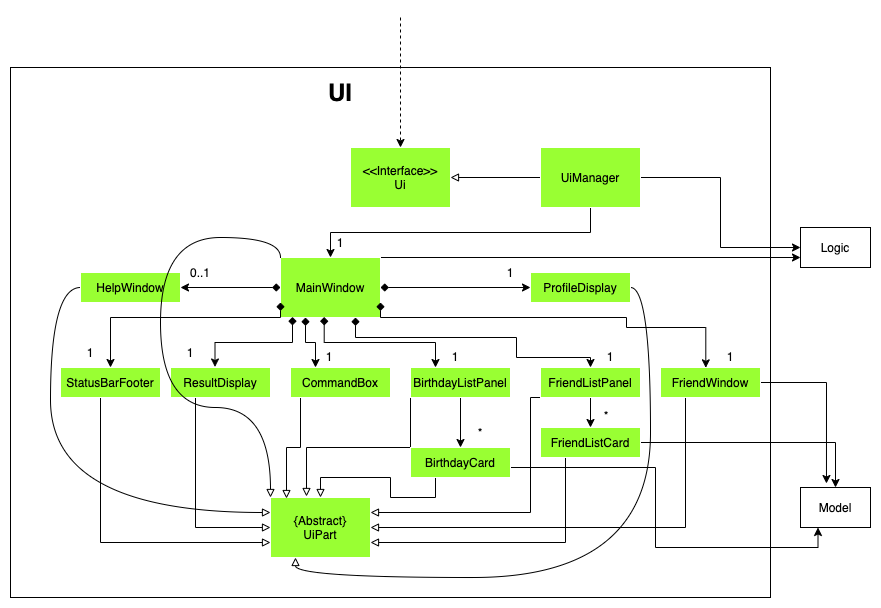
Earlier version of the draw.io export docs/images/UiClassDiagram.png (xnajasho/tp). Source tidied: cells renumbered, new cells last; positions are measured from the earlier drawing's top-left corner, leaving out a move shared by most shapes.
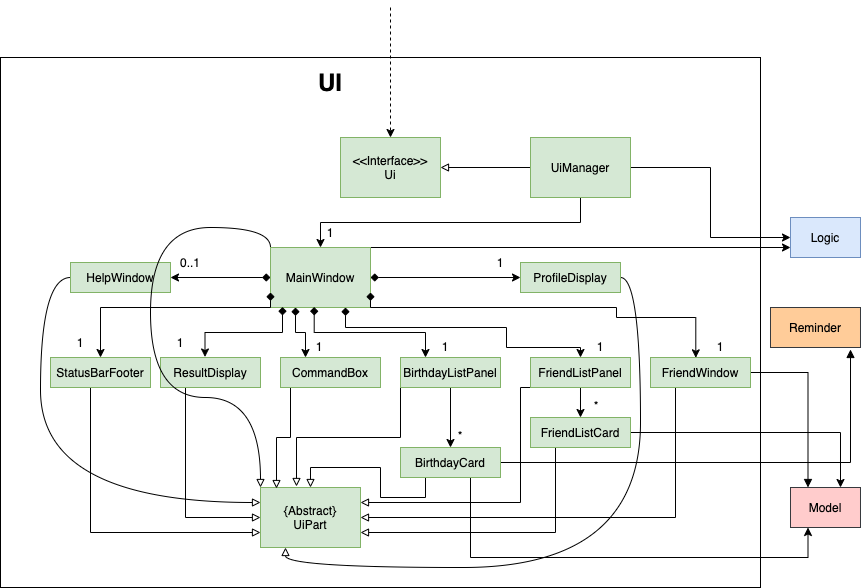
Above is the later version.

What changed in the source:
```diff
@@ -10,7 +10,7 @@
         <mxPoint x="390" as="sourcePoint" />
       </mxGeometry>
     </mxCell>
-    <mxCell id="4" value="&amp;lt;&amp;lt;Interface&amp;gt;&amp;gt;&lt;br&gt;Ui" style="text;html=1;strokeColor=#FFFFFF;fillColor=#99FF33;align=center;verticalAlign=middle;whiteSpace=wrap;rounded=0;hachureGap=4;" parent="1" vertex="1">
+    <mxCell id="4" value="&amp;lt;&amp;lt;Interface&amp;gt;&amp;gt;&lt;br&gt;Ui" style="text;html=1;strokeColor=#82b366;fillColor=#d5e8d4;align=center;verticalAlign=middle;whiteSpace=wrap;rounded=0;hachureGap=4;" parent="1" vertex="1">
       <mxGeometry x="340" y="130" width="100" height="60" as="geometry" />
     </mxCell>
     <mxCell id="5" style="edgeStyle=orthogonalEdgeStyle;rounded=0;jettySize=auto;html=1;exitX=0;exitY=0.5;exitDx=0;exitDy=0;entryX=1;entryY=0.5;entryDx=0;entryDy=0;strokeColor=default;endArrow=block;endFill=0;" parent="1" edge="1" source="8" target="4">
@@ -22,7 +22,7 @@
     <mxCell id="7" style="edgeStyle=orthogonalEdgeStyle;rounded=0;jettySize=auto;html=1;exitX=0.5;exitY=1;exitDx=0;exitDy=0;entryX=0.5;entryY=0;entryDx=0;entryDy=0;endArrow=classic;endFill=1;strokeColor=default;" parent="1" edge="1" source="8" target="11">
       <mxGeometry relative="1" as="geometry" />
     </mxCell>
-    <mxCell id="8" value="UiManager" style="text;html=1;strokeColor=#FFFFFF;fillColor=#99FF33;align=center;verticalAlign=middle;whiteSpace=wrap;rounded=0;hachureGap=4;" parent="1" vertex="1">
+    <mxCell id="8" value="UiManager" style="text;html=1;strokeColor=#82b366;fillColor=#d5e8d4;align=center;verticalAlign=middle;whiteSpace=wrap;rounded=0;hachureGap=4;" parent="1" vertex="1">
       <mxGeometry x="530" y="130" width="100" height="60" as="geometry" />
     </mxCell>
     <mxCell id="9" style="edgeStyle=orthogonalEdgeStyle;rounded=0;jettySize=auto;html=1;exitX=1;exitY=0.5;exitDx=0;exitDy=0;entryX=0;entryY=0.5;entryDx=0;entryDy=0;endArrow=diamond;endFill=1;strokeColor=default;startArrow=classic;startFill=1;" parent="1" edge="1" source="33" target="11">
@@ -36,20 +36,20 @@
         </Array>
       </mxGeometry>
     </mxCell>
-    <mxCell id="11" value="MainWindow" style="text;html=1;strokeColor=#FFFFFF;fillColor=#99FF33;align=center;verticalAlign=middle;whiteSpace=wrap;rounded=0;hachureGap=4;" parent="1" vertex="1">
+    <mxCell id="11" value="MainWindow" style="text;html=1;strokeColor=#82b366;fillColor=#d5e8d4;align=center;verticalAlign=middle;whiteSpace=wrap;rounded=0;hachureGap=4;" parent="1" vertex="1">
       <mxGeometry x="270" y="240" width="100" height="60" as="geometry" />
     </mxCell>
-    <mxCell id="12" value="{Abstract}&lt;br&gt;UiPart" style="text;html=1;strokeColor=#FFFFFF;fillColor=#99FF33;align=center;verticalAlign=middle;whiteSpace=wrap;rounded=0;hachureGap=4;" parent="1" vertex="1">
+    <mxCell id="12" value="{Abstract}&lt;br&gt;UiPart" style="text;html=1;strokeColor=#82b366;fillColor=#d5e8d4;align=center;verticalAlign=middle;whiteSpace=wrap;rounded=0;hachureGap=4;" parent="1" vertex="1">
       <mxGeometry x="260" y="480" width="100" height="60" as="geometry" />
     </mxCell>
     <mxCell id="13" value="&lt;h1&gt;UI&lt;/h1&gt;" style="text;html=1;strokeColor=none;fillColor=none;align=center;verticalAlign=middle;whiteSpace=wrap;rounded=0;" parent="1" vertex="1">
       <mxGeometry x="300" y="60" width="60" height="30" as="geometry" />
     </mxCell>
-    <mxCell id="14" value="Logic" style="rounded=0;whiteSpace=wrap;html=1;strokeColor=#000000;fillColor=none;" parent="1" vertex="1">
+    <mxCell id="14" value="Logic" style="rounded=0;whiteSpace=wrap;html=1;strokeColor=#6c8ebf;fillColor=#dae8fc;" parent="1" vertex="1">
       <mxGeometry x="790" y="210" width="70" height="40" as="geometry" />
     </mxCell>
-    <mxCell id="15" value="Model" style="rounded=0;whiteSpace=wrap;html=1;strokeColor=#000000;fillColor=none;" parent="1" vertex="1">
-      <mxGeometry x="790" y="470" width="70" height="40" as="geometry" />
+    <mxCell id="15" value="Model" style="rounded=0;whiteSpace=wrap;html=1;strokeColor=#36393d;fillColor=#ffcccc;" parent="1" vertex="1">
+      <mxGeometry x="790" y="480" width="70" height="40" as="geometry" />
     </mxCell>
     <mxCell id="16" value="1" style="text;html=1;strokeColor=none;fillColor=none;align=center;verticalAlign=middle;whiteSpace=wrap;rounded=0;" parent="1" vertex="1">
       <mxGeometry x="300" y="210" width="60" height="30" as="geometry" />
@@ -62,13 +62,13 @@
         </Array>
       </mxGeometry>
     </mxCell>
-    <mxCell id="18" value="StatusBarFooter" style="text;html=1;strokeColor=#FFFFFF;fillColor=#99FF33;align=center;verticalAlign=middle;whiteSpace=wrap;rounded=0;hachureGap=4;" parent="1" vertex="1">
+    <mxCell id="18" value="StatusBarFooter" style="text;html=1;strokeColor=#82b366;fillColor=#d5e8d4;align=center;verticalAlign=middle;whiteSpace=wrap;rounded=0;hachureGap=4;" parent="1" vertex="1">
       <mxGeometry x="50" y="350" width="100" height="30" as="geometry" />
     </mxCell>
     <mxCell id="19" style="edgeStyle=orthogonalEdgeStyle;rounded=0;jettySize=auto;html=1;exitX=0.25;exitY=1;exitDx=0;exitDy=0;entryX=0;entryY=0.5;entryDx=0;entryDy=0;startArrow=none;startFill=0;endArrow=block;endFill=0;strokeColor=default;" parent="1" edge="1" source="20" target="12">
       <mxGeometry relative="1" as="geometry" />
     </mxCell>
-    <mxCell id="20" value="ResultDisplay" style="text;html=1;strokeColor=#FFFFFF;fillColor=#99FF33;align=center;verticalAlign=middle;whiteSpace=wrap;rounded=0;hachureGap=4;" parent="1" vertex="1">
+    <mxCell id="20" value="ResultDisplay" style="text;html=1;strokeColor=#82b366;fillColor=#d5e8d4;align=center;verticalAlign=middle;whiteSpace=wrap;rounded=0;hachureGap=4;" parent="1" vertex="1">
       <mxGeometry x="160" y="350" width="100" height="30" as="geometry" />
     </mxCell>
     <mxCell id="21" style="edgeStyle=orthogonalEdgeStyle;rounded=0;jettySize=auto;html=1;exitX=0.25;exitY=1;exitDx=0;exitDy=0;entryX=0.16;entryY=0.017;entryDx=0;entryDy=0;entryPerimeter=0;startArrow=none;startFill=0;endArrow=block;endFill=0;strokeColor=default;" parent="1" edge="1" source="22" target="12">
@@ -80,7 +80,7 @@
         </Array>
       </mxGeometry>
     </mxCell>
-    <mxCell id="22" value="CommandBox" style="text;html=1;strokeColor=#FFFFFF;fillColor=#99FF33;align=center;verticalAlign=middle;whiteSpace=wrap;rounded=0;hachureGap=4;" parent="1" vertex="1">
+    <mxCell id="22" value="CommandBox" style="text;html=1;strokeColor=#82b366;fillColor=#d5e8d4;align=center;verticalAlign=middle;whiteSpace=wrap;rounded=0;hachureGap=4;" parent="1" vertex="1">
       <mxGeometry x="280" y="350" width="100" height="30" as="geometry" />
     </mxCell>
     <mxCell id="23" style="edgeStyle=orthogonalEdgeStyle;rounded=0;jettySize=auto;html=1;exitX=0.5;exitY=1;exitDx=0;exitDy=0;entryX=0.5;entryY=0;entryDx=0;entryDy=0;startArrow=none;startFill=0;endArrow=classic;endFill=1;strokeColor=default;" parent="1" edge="1" source="25" target="45">
@@ -89,7 +89,7 @@
     <mxCell id="24" style="edgeStyle=orthogonalEdgeStyle;rounded=0;jettySize=auto;html=1;exitX=0;exitY=1;exitDx=0;exitDy=0;entryX=0.36;entryY=-0.017;entryDx=0;entryDy=0;entryPerimeter=0;startArrow=none;startFill=0;endArrow=block;endFill=0;strokeColor=default;" parent="1" edge="1" source="25" target="12">
       <mxGeometry relative="1" as="geometry" />
     </mxCell>
-    <mxCell id="25" value="BirthdayListPanel" style="text;html=1;strokeColor=#FFFFFF;fillColor=#99FF33;align=center;verticalAlign=middle;whiteSpace=wrap;rounded=0;hachureGap=4;" parent="1" vertex="1">
+    <mxCell id="25" value="BirthdayListPanel" style="text;html=1;strokeColor=#82b366;fillColor=#d5e8d4;align=center;verticalAlign=middle;whiteSpace=wrap;rounded=0;hachureGap=4;" parent="1" vertex="1">
       <mxGeometry x="400" y="350" width="100" height="30" as="geometry" />
     </mxCell>
     <mxCell id="26" style="edgeStyle=orthogonalEdgeStyle;rounded=0;jettySize=auto;html=1;exitX=0.5;exitY=1;exitDx=0;exitDy=0;startArrow=none;startFill=0;endArrow=classic;endFill=1;strokeColor=default;" parent="1" edge="1" source="28" target="48">
@@ -103,16 +103,16 @@
         </Array>
       </mxGeometry>
     </mxCell>
-    <mxCell id="28" value="FriendListPanel" style="text;html=1;strokeColor=#FFFFFF;fillColor=#99FF33;align=center;verticalAlign=middle;whiteSpace=wrap;rounded=0;hachureGap=4;" parent="1" vertex="1">
+    <mxCell id="28" value="FriendListPanel" style="text;html=1;strokeColor=#82b366;fillColor=#d5e8d4;align=center;verticalAlign=middle;whiteSpace=wrap;rounded=0;hachureGap=4;" parent="1" vertex="1">
       <mxGeometry x="530" y="350" width="100" height="30" as="geometry" />
     </mxCell>
+    <mxCell id="30" style="edgeStyle=orthogonalEdgeStyle;rounded=0;jettySize=auto;html=1;exitX=0.25;exitY=1;exitDx=0;exitDy=0;entryX=1;entryY=0.5;entryDx=0;entryDy=0;startArrow=none;startFill=0;endArrow=block;endFill=0;strokeColor=default;" parent="1" edge="1" source="31" target="12">
+      <mxGeometry relative="1" as="geometry" />
+    </mxCell>
-    <mxCell id="29" style="edgeStyle=orthogonalEdgeStyle;rounded=0;jettySize=auto;html=1;exitX=1;exitY=0.5;exitDx=0;exitDy=0;entryX=0.371;entryY=-0.1;entryDx=0;entryDy=0;entryPerimeter=0;startArrow=none;startFill=0;endArrow=classic;endFill=1;strokeColor=default;" parent="1" edge="1" source="31" target="15">
+    <mxCell id="29" style="edgeStyle=orthogonalEdgeStyle;rounded=0;jettySize=auto;html=1;exitX=1;exitY=0.5;exitDx=0;exitDy=0;entryX=0.25;entryY=0;entryDx=0;entryDy=0;fontSize=12;startArrow=none;startFill=0;endArrow=block;endFill=1;" parent="1" edge="1" source="31" target="15">
       <mxGeometry relative="1" as="geometry" />
     </mxCell>
-    <mxCell id="30" style="edgeStyle=orthogonalEdgeStyle;rounded=0;jettySize=auto;html=1;exitX=0.25;exitY=1;exitDx=0;exitDy=0;entryX=1;entryY=0.5;entryDx=0;entryDy=0;startArrow=none;startFill=0;endArrow=block;endFill=0;strokeColor=default;" parent="1" edge="1" source="31" target="12">
-      <mxGeometry relative="1" as="geometry" />
-    </mxCell>
-    <mxCell id="31" value="FriendWindow" style="text;html=1;strokeColor=#FFFFFF;fillColor=#99FF33;align=center;verticalAlign=middle;whiteSpace=wrap;rounded=0;hachureGap=4;" parent="1" vertex="1">
+    <mxCell id="31" value="FriendWindow" style="text;html=1;strokeColor=#82b366;fillColor=#d5e8d4;align=center;verticalAlign=middle;whiteSpace=wrap;rounded=0;hachureGap=4;" parent="1" vertex="1">
       <mxGeometry x="650" y="350" width="100" height="30" as="geometry" />
     </mxCell>
     <mxCell id="32" style="edgeStyle=orthogonalEdgeStyle;jettySize=auto;html=1;exitX=0;exitY=0.5;exitDx=0;exitDy=0;entryX=0;entryY=0.25;entryDx=0;entryDy=0;startArrow=none;startFill=0;endArrow=block;endFill=0;strokeColor=default;curved=1;" parent="1" edge="1" source="33" target="12">
@@ -123,13 +123,13 @@
         </Array>
       </mxGeometry>
     </mxCell>
-    <mxCell id="33" value="HelpWindow" style="text;html=1;strokeColor=#FFFFFF;fillColor=#99FF33;align=center;verticalAlign=middle;whiteSpace=wrap;rounded=0;hachureGap=4;" parent="1" vertex="1">
+    <mxCell id="33" value="HelpWindow" style="text;html=1;strokeColor=#82b366;fillColor=#d5e8d4;align=center;verticalAlign=middle;whiteSpace=wrap;rounded=0;hachureGap=4;" parent="1" vertex="1">
       <mxGeometry x="70" y="255" width="100" height="30" as="geometry" />
     </mxCell>
     <mxCell id="34" style="edgeStyle=orthogonalEdgeStyle;curved=1;jettySize=auto;html=1;exitX=1;exitY=0.5;exitDx=0;exitDy=0;entryX=0.25;entryY=1;entryDx=0;entryDy=0;startArrow=none;startFill=0;endArrow=block;endFill=0;strokeColor=default;" parent="1" edge="1" source="35" target="12">
       <mxGeometry relative="1" as="geometry" />
     </mxCell>
-    <mxCell id="35" value="ProfileDisplay" style="text;html=1;strokeColor=#FFFFFF;fillColor=#99FF33;align=center;verticalAlign=middle;whiteSpace=wrap;rounded=0;hachureGap=4;" parent="1" vertex="1">
+    <mxCell id="35" value="ProfileDisplay" style="text;html=1;strokeColor=#82b366;fillColor=#d5e8d4;align=center;verticalAlign=middle;whiteSpace=wrap;rounded=0;hachureGap=4;" parent="1" vertex="1">
       <mxGeometry x="520" y="255" width="100" height="30" as="geometry" />
     </mxCell>
     <mxCell id="36" style="edgeStyle=orthogonalEdgeStyle;rounded=0;jettySize=auto;html=1;exitX=0;exitY=0.5;exitDx=0;exitDy=0;entryX=1;entryY=0.5;entryDx=0;entryDy=0;endArrow=diamond;endFill=1;strokeColor=default;startArrow=classic;startFill=1;" parent="1" edge="1" source="35" target="11">
@@ -176,26 +176,36 @@
       <mxGeometry relative="1" as="geometry">
         <mxPoint x="500" y="440" as="sourcePoint" />
         <Array as="points">
-          <mxPoint x="500" y="450" />
-          <mxPoint x="645" y="450" />
-          <mxPoint x="645" y="530" />
-          <mxPoint x="808" y="530" />
+          <mxPoint x="470" y="440" />
+          <mxPoint x="470" y="550" />
+          <mxPoint x="808" y="550" />
         </Array>
       </mxGeometry>
     </mxCell>
     <mxCell id="44" style="edgeStyle=orthogonalEdgeStyle;rounded=0;jettySize=auto;html=1;exitX=0.25;exitY=1;exitDx=0;exitDy=0;entryX=0.5;entryY=0;entryDx=0;entryDy=0;startArrow=none;startFill=0;endArrow=block;endFill=0;strokeColor=default;" parent="1" edge="1" source="45" target="12">
       <mxGeometry relative="1" as="geometry" />
     </mxCell>
+    <mxCell id="60" style="edgeStyle=orthogonalEdgeStyle;rounded=0;jettySize=auto;html=1;exitX=1;exitY=0.5;exitDx=0;exitDy=0;entryX=0.889;entryY=1.05;entryDx=0;entryDy=0;entryPerimeter=0;fontSize=10;endArrow=block;endFill=1;" parent="1" edge="1" source="45" target="61">
+      <mxGeometry relative="1" as="geometry">
+        <Array as="points">
+          <mxPoint x="850" y="455" />
+        </Array>
+      </mxGeometry>
+    </mxCell>
-    <mxCell id="45" value="BirthdayCard" style="text;html=1;strokeColor=#FFFFFF;fillColor=#99FF33;align=center;verticalAlign=middle;whiteSpace=wrap;rounded=0;hachureGap=4;" parent="1" vertex="1">
-      <mxGeometry x="400" y="430" width="100" height="30" as="geometry" />
+    <mxCell id="45" value="BirthdayCard" style="text;html=1;strokeColor=#82b366;fillColor=#d5e8d4;align=center;verticalAlign=middle;whiteSpace=wrap;rounded=0;hachureGap=4;" parent="1" vertex="1">
+      <mxGeometry x="400" y="440" width="100" height="30" as="geometry" />
     </mxCell>
     <mxCell id="46" style="edgeStyle=orthogonalEdgeStyle;rounded=0;jettySize=auto;html=1;exitX=1;exitY=0.5;exitDx=0;exitDy=0;startArrow=none;startFill=0;endArrow=classic;endFill=1;strokeColor=default;" parent="1" edge="1" source="48" target="15">
-      <mxGeometry relative="1" as="geometry" />
+      <mxGeometry relative="1" as="geometry">
+        <Array as="points">
+          <mxPoint x="840" y="425" />
+        </Array>
+      </mxGeometry>
     </mxCell>
     <mxCell id="47" style="edgeStyle=orthogonalEdgeStyle;rounded=0;jettySize=auto;html=1;exitX=0.25;exitY=1;exitDx=0;exitDy=0;entryX=1;entryY=0.75;entryDx=0;entryDy=0;startArrow=none;startFill=0;endArrow=block;endFill=0;strokeColor=default;" parent="1" edge="1" source="48" target="12">
       <mxGeometry relative="1" as="geometry" />
     </mxCell>
-    <mxCell id="48" value="FriendListCard" style="text;html=1;strokeColor=#FFFFFF;fillColor=#99FF33;align=center;verticalAlign=middle;whiteSpace=wrap;rounded=0;hachureGap=4;" parent="1" vertex="1">
+    <mxCell id="48" value="FriendListCard" style="text;html=1;strokeColor=#82b366;fillColor=#d5e8d4;align=center;verticalAlign=middle;whiteSpace=wrap;rounded=0;hachureGap=4;" parent="1" vertex="1">
       <mxGeometry x="530" y="410" width="100" height="30" as="geometry" />
     </mxCell>
     <mxCell id="49" value="0..1" style="text;html=1;strokeColor=none;fillColor=none;align=center;verticalAlign=middle;whiteSpace=wrap;rounded=0;" parent="1" vertex="1">
@@ -223,7 +233,7 @@
       <mxGeometry x="690" y="324" width="60" height="30" as="geometry" />
     </mxCell>
     <mxCell id="57" value="*" style="text;html=1;strokeColor=none;fillColor=none;align=center;verticalAlign=middle;whiteSpace=wrap;rounded=0;" parent="1" vertex="1">
-      <mxGeometry x="440" y="400" width="60" height="30" as="geometry" />
+      <mxGeometry x="430" y="413" width="60" height="30" as="geometry" />
     </mxCell>
     <mxCell id="58" value="*" style="text;html=1;strokeColor=none;fillColor=none;align=center;verticalAlign=middle;whiteSpace=wrap;rounded=0;" parent="1" vertex="1">
       <mxGeometry x="566" y="383" width="60" height="30" as="geometry" />
@@ -238,5 +248,8 @@
         </Array>
       </mxGeometry>
     </mxCell>
+    <mxCell id="61" value="&lt;font style=&quot;font-size: 12px&quot;&gt;Reminder&lt;/font&gt;" style="rounded=0;whiteSpace=wrap;html=1;strokeColor=#36393d;fillColor=#ffcc99;" parent="1" vertex="1">
+      <mxGeometry x="770" y="300" width="90" height="40" as="geometry" />
+    </mxCell>
   </root>
 </mxGraphModel>
```
